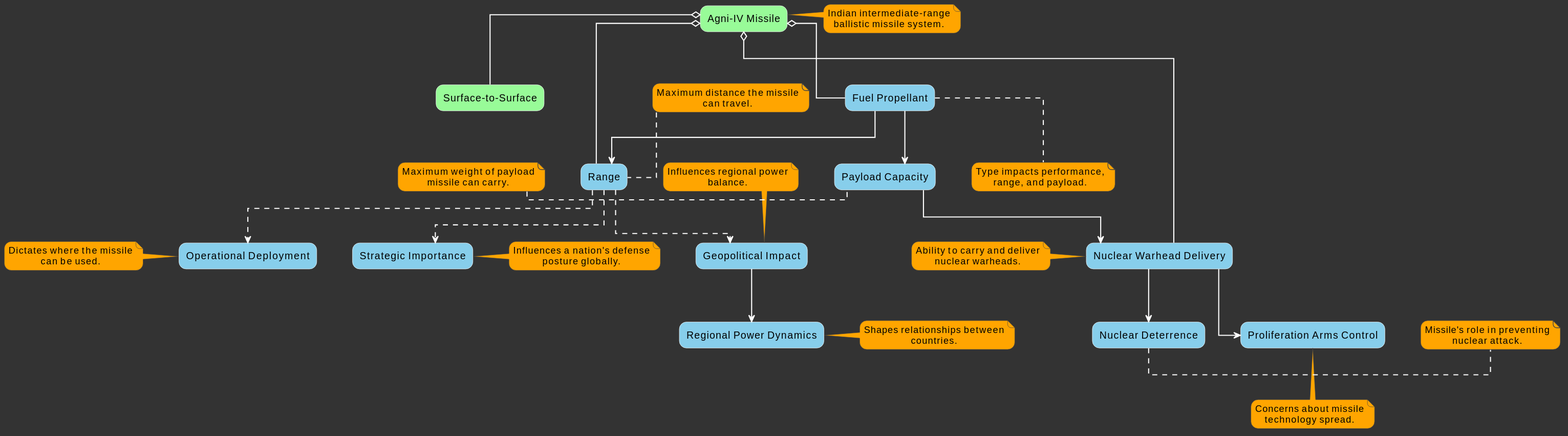
bolibazaar/upsc_sol_assets keeps this PlantUML diagram as tele_3.svg. Above is the earlier version.
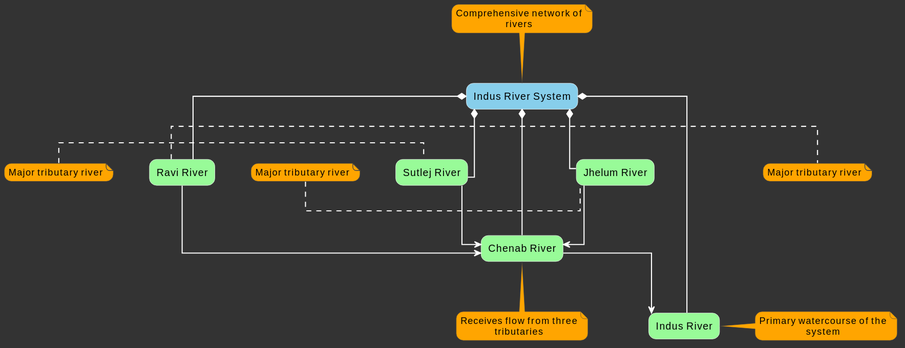
After the change.

Change to the diagram source:
```diff
@@ -20,81 +20,45 @@
 skinparam rectangleFontColor black
 skinparam rectangleBorderColor white
 
-rectangle "Agni-IV Missile" #98FB98
+rectangle "Indus River System" #87CEEB
+rectangle "Indus River" #98FB98
+rectangle "Jhelum River" #98FB98
+rectangle "Chenab River" #98FB98
+rectangle "Ravi River" #98FB98
+rectangle "Sutlej River" #98FB98
 
-rectangle "Surface-to-Surface" #98FB98
-rectangle "Range" #87CEEB
-rectangle "Nuclear Warhead Delivery" #87CEEB
-rectangle "Fuel Propellant" #87CEEB
-rectangle "Payload Capacity" #87CEEB
+"Jhelum River" --> "Chenab River"
+"Ravi River" --> "Chenab River"
+"Sutlej River" --> "Chenab River"
+"Chenab River" --> "Indus River"
 
-rectangle "Strategic Importance" #87CEEB
-rectangle "Operational Deployment" #87CEEB
-rectangle "Nuclear Deterrence" #87CEEB
-rectangle "Proliferation Arms Control" #87CEEB
-rectangle "Geopolitical Impact" #87CEEB
-rectangle "Regional Power Dynamics" #87CEEB
+"Indus River System" *-- "Indus River"
+"Indus River System" *-- "Chenab River"
+"Indus River System" *-- "Jhelum River"
+"Indus River System" *-- "Ravi River"
+"Indus River System" *-- "Sutlej River"
 
-"Agni-IV Missile" o-- "Surface-to-Surface"
-"Agni-IV Missile" o-- "Range"
-"Agni-IV Missile" o-- "Nuclear Warhead Delivery"
-"Agni-IV Missile" o-- "Fuel Propellant"
-
-"Fuel Propellant" --> "Range"
-"Fuel Propellant" --> "Payload Capacity"
-
-"Payload Capacity" --> "Nuclear Warhead Delivery"
-
-"Range" ..> "Strategic Importance"
-"Range" ..> "Operational Deployment"
-"Range" ..> "Geopolitical Impact"
-
-"Geopolitical Impact" --> "Regional Power Dynamics"
-
-"Nuclear Warhead Delivery" --> "Nuclear Deterrence"
-"Nuclear Warhead Delivery" ==> "Proliferation Arms Control"
-
-note right of "Agni-IV Missile"
-  Indian intermediate-range ballistic missile system.
+note top of "Indus River System"
+  Comprehensive network of rivers
 end note
 
-note top of "Range"
-  Maximum distance the missile can travel.
+note right of "Indus River"
+  Primary watercourse of the system
 end note
 
-note left of "Nuclear Warhead Delivery"
-  Ability to carry and deliver nuclear warheads.
+note bottom of "Chenab River"
+  Receives flow from three tributaries
 end note
 
-note bottom of "Fuel Propellant"
-  Type impacts performance, range, and payload.
+note left of "Jhelum River"
+  Major tributary river
 end note
 
-note right of "Strategic Importance"
-  Influences a nation's defense posture globally.
+note right of "Ravi River"
+  Major tributary river
 end note
 
-note left of "Operational Deployment"
-  Dictates where the missile can be used.
-end note
-
-note right of "Nuclear Deterrence"
-  Missile's role in preventing nuclear attack.
-end note
-
-note bottom of "Proliferation Arms Control"
-  Concerns about missile technology spread.
-end note
-
-note top of "Geopolitical Impact"
-  Influences regional power balance.
-end note
-
-note right of "Regional Power Dynamics"
-  Shapes relationships between countries.
-end note
-
-note left of "Payload Capacity"
-  Maximum weight of payload missile can carry.
+note left of "Sutlej River"
+  Major tributary river
 end note
 @enduml
```
